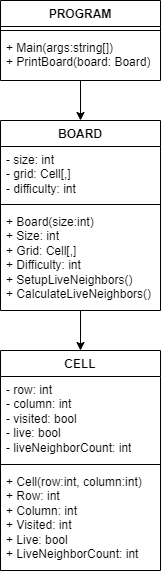
Above: Images/Milestone UML.png in JLAGCU/CST-250-Milestone (draw.io), before the change. Source tidied: cells renumbered, new cells last; positions are measured from the earlier drawing's top-left corner, leaving out a move shared by most shapes.
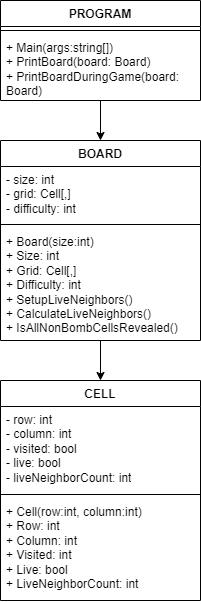
After the change.

Change to the diagram source:
```diff
@@ -3,43 +3,43 @@
     <mxCell id="0" />
     <mxCell id="1" parent="0" />
     <mxCell id="2" value="CELL" style="swimlane;fontStyle=1;align=center;verticalAlign=top;horizontal=1;startSize=26;whiteSpace=wrap;html=1;" parent="1" vertex="1">
-      <mxGeometry y="350" width="160" height="220" as="geometry" />
+      <mxGeometry y="380" width="200" height="220" as="geometry" />
     </mxCell>
     <mxCell id="3" value="- row: int&lt;br&gt;- column: int&lt;br&gt;- visited: bool&lt;br&gt;- live: bool&lt;br&gt;- liveNeighborCount: int" style="text;strokeColor=none;fillColor=none;align=left;verticalAlign=top;spacingLeft=4;spacingRight=4;overflow=hidden;whiteSpace=wrap;html=1;" parent="2" vertex="1">
-      <mxGeometry y="26" width="160" height="84" as="geometry" />
+      <mxGeometry y="26" width="200" height="84" as="geometry" />
     </mxCell>
     <mxCell id="4" style="line;strokeWidth=1;fillColor=none;align=left;verticalAlign=middle;spacingTop=-1;spacingLeft=3;spacingRight=3;labelPosition=right;strokeColor=inherit;" parent="2" vertex="1">
-      <mxGeometry y="110" width="160" height="8" as="geometry" />
+      <mxGeometry y="110" width="200" height="8" as="geometry" />
     </mxCell>
     <mxCell id="5" value="+ Cell(row:int, column:int)&lt;br&gt;+ Row: int&lt;br&gt;+ Column: int&lt;br&gt;+ Visited: int&lt;br&gt;+ Live: bool&lt;br&gt;+ LiveNeighborCount: int" style="text;strokeColor=none;fillColor=none;align=left;verticalAlign=top;spacingLeft=4;spacingRight=4;overflow=hidden;whiteSpace=wrap;html=1;" parent="2" vertex="1">
-      <mxGeometry y="118" width="160" height="102" as="geometry" />
+      <mxGeometry y="118" width="200" height="102" as="geometry" />
     </mxCell>
     <mxCell id="6" style="edgeStyle=orthogonalEdgeStyle;rounded=0;jettySize=auto;html=1;entryX=0.5;entryY=0;entryDx=0;entryDy=0;" parent="1" edge="1" source="7" target="2">
       <mxGeometry relative="1" as="geometry" />
     </mxCell>
     <mxCell id="7" value="BOARD" style="swimlane;fontStyle=1;align=center;verticalAlign=top;horizontal=1;startSize=26;whiteSpace=wrap;html=1;" parent="1" vertex="1">
-      <mxGeometry y="120" width="160" height="190" as="geometry" />
+      <mxGeometry y="140" width="200" height="200" as="geometry" />
     </mxCell>
     <mxCell id="8" value="- size: int&lt;br&gt;- grid: Cell[,]&lt;br&gt;- difficulty: int" style="text;strokeColor=none;fillColor=none;align=left;verticalAlign=top;spacingLeft=4;spacingRight=4;overflow=hidden;whiteSpace=wrap;html=1;" parent="7" vertex="1">
-      <mxGeometry y="26" width="160" height="54" as="geometry" />
+      <mxGeometry y="26" width="200" height="54" as="geometry" />
     </mxCell>
     <mxCell id="9" style="line;strokeWidth=1;fillColor=none;align=left;verticalAlign=middle;spacingTop=-1;spacingLeft=3;spacingRight=3;labelPosition=right;strokeColor=inherit;" parent="7" vertex="1">
-      <mxGeometry y="80" width="160" height="8" as="geometry" />
+      <mxGeometry y="80" width="200" height="8" as="geometry" />
     </mxCell>
-    <mxCell id="10" value="+ Board(size:int)&lt;br&gt;+ Size: int&lt;br&gt;+ Grid: Cell[,]&lt;br&gt;+ Difficulty: int&lt;br&gt;+ SetupLiveNeighbors()&lt;br&gt;+ CalculateLiveNeighbors()" style="text;strokeColor=none;fillColor=none;align=left;verticalAlign=top;spacingLeft=4;spacingRight=4;overflow=hidden;whiteSpace=wrap;html=1;" parent="7" vertex="1">
-      <mxGeometry y="88" width="160" height="102" as="geometry" />
+    <mxCell id="10" value="+ Board(size:int)&lt;br&gt;+ Size: int&lt;br&gt;+ Grid: Cell[,]&lt;br&gt;+ Difficulty: int&lt;br&gt;+ SetupLiveNeighbors()&lt;br&gt;+ CalculateLiveNeighbors()&lt;br&gt;+ IsAllNonBombCellsRevealed()" style="text;strokeColor=none;fillColor=none;align=left;verticalAlign=top;spacingLeft=4;spacingRight=4;overflow=hidden;whiteSpace=wrap;html=1;" parent="7" vertex="1">
+      <mxGeometry y="88" width="200" height="112" as="geometry" />
     </mxCell>
     <mxCell id="11" style="edgeStyle=orthogonalEdgeStyle;rounded=0;jettySize=auto;html=1;entryX=0.5;entryY=0;entryDx=0;entryDy=0;" parent="1" edge="1" source="12" target="7">
       <mxGeometry relative="1" as="geometry" />
     </mxCell>
     <mxCell id="12" value="PROGRAM" style="swimlane;fontStyle=1;align=center;verticalAlign=top;horizontal=1;startSize=26;whiteSpace=wrap;html=1;" parent="1" vertex="1">
-      <mxGeometry width="160" height="80" as="geometry" />
+      <mxGeometry width="200" height="100" as="geometry" />
     </mxCell>
     <mxCell id="13" style="line;strokeWidth=1;fillColor=none;align=left;verticalAlign=middle;spacingTop=-1;spacingLeft=3;spacingRight=3;labelPosition=right;strokeColor=inherit;" parent="12" vertex="1">
-      <mxGeometry y="26" width="160" height="8" as="geometry" />
+      <mxGeometry y="26" width="200" height="8" as="geometry" />
     </mxCell>
-    <mxCell id="14" value="+ Main(args:string[])&lt;br&gt;+ PrintBoard(board: Board)" style="text;strokeColor=none;fillColor=none;align=left;verticalAlign=top;spacingLeft=4;spacingRight=4;overflow=hidden;whiteSpace=wrap;html=1;" parent="12" vertex="1">
-      <mxGeometry y="34" width="160" height="46" as="geometry" />
+    <mxCell id="14" value="+ Main(args:string[])&lt;br&gt;+ PrintBoard(board: Board)&lt;br&gt;+&amp;nbsp;PrintBoardDuringGame(board: Board)" style="text;strokeColor=none;fillColor=none;align=left;verticalAlign=top;spacingLeft=4;spacingRight=4;overflow=hidden;whiteSpace=wrap;html=1;" parent="12" vertex="1">
+      <mxGeometry y="34" width="200" height="66" as="geometry" />
     </mxCell>
   </root>
 </mxGraphModel>
```
